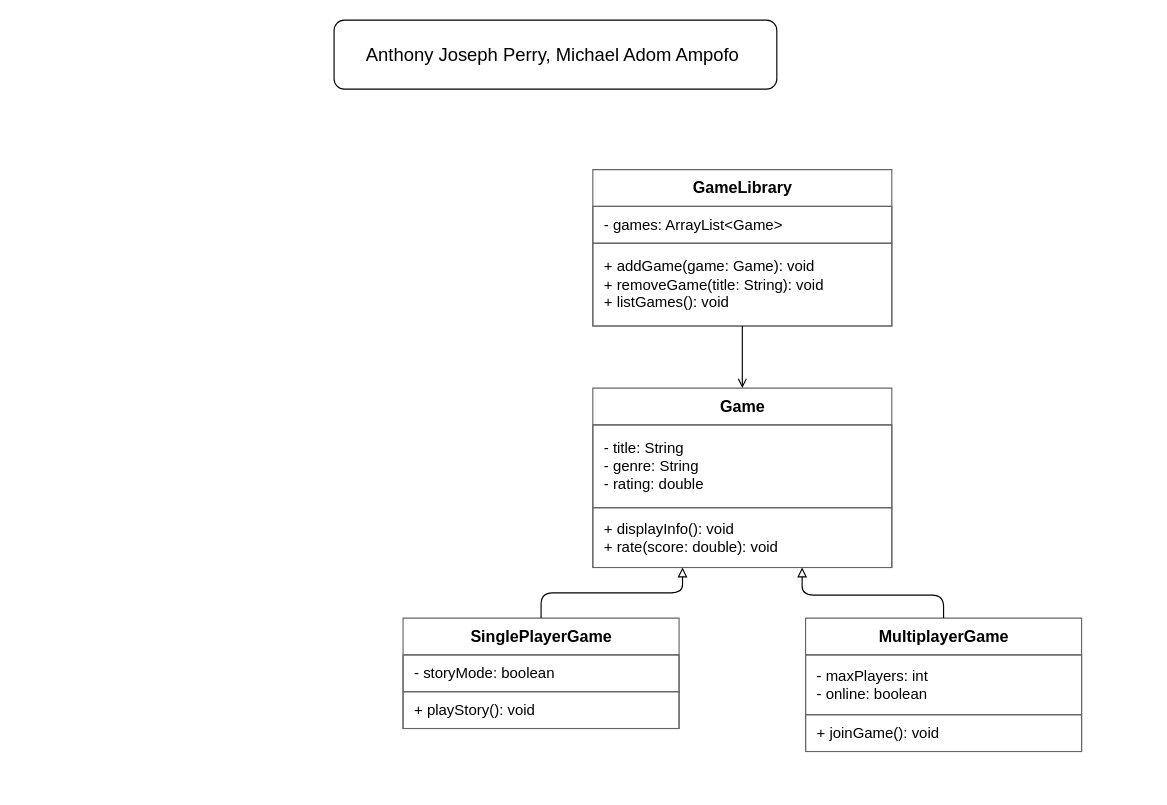
Above: TEAM UML.drawio in AJXDevv/LIA---Deliverable-1 (draw.io), before the change. Source tidied: cells renumbered, new cells numbered last; positions are measured from the earlier drawing's top-left corner, leaving out a move shared by most shapes. Both pictures are drawn from the tidied source at 115%, with x=0, y=0 at pixel (334, 20).
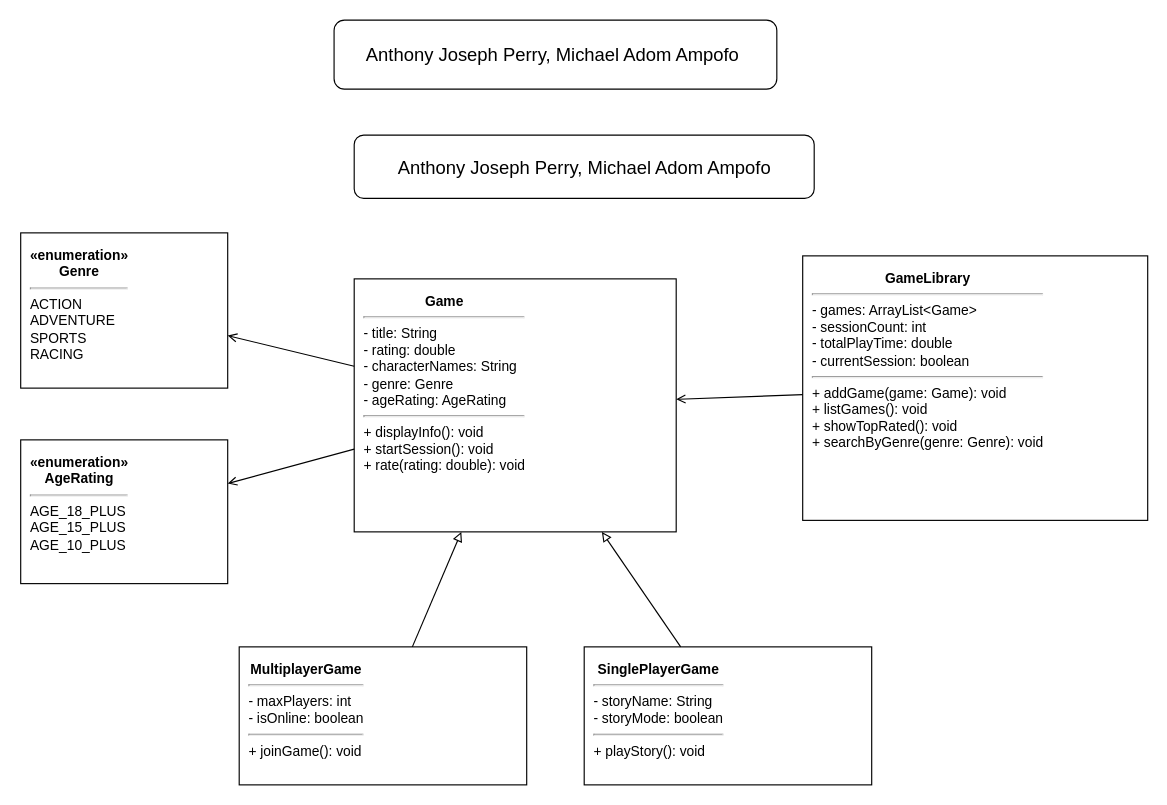
After the change.

The edit, as a diff of the source:
```diff
@@
 <mxGraphModel>
   <root>
     <mxCell id="0" />
     <mxCell id="1" parent="0" />
     <mxCell id="2" value="&lt;font size=&quot;3&quot;&gt;Anthony Joseph Perry, Michael Adom Ampofo&amp;nbsp;&lt;/font&gt;" style="rounded=1;whiteSpace=wrap;html=1;" parent="1" vertex="1">
       <mxGeometry width="385" height="60" as="geometry" />
     </mxCell>
-    <mxCell id="3" value="GameLibrary" style="swimlane;startSize=32;horizontal=1;rounded=0;html=1;fontStyle=1;fontSize=14;fillColor=none;strokeColor=#666666;" parent="1" vertex="1">
-      <mxGeometry x="225" y="130" width="260" height="136" as="geometry" />
-    </mxCell>
-    <mxCell id="4" value="- games: ArrayList&amp;lt;Game&amp;gt;" style="text;html=1;align=left;verticalAlign=middle;spacingLeft=8;whiteSpace=wrap;strokeColor=#666666;fillColor=none;fontSize=13;" parent="3" vertex="1">
-      <mxGeometry y="32" width="260" height="32" as="geometry" />
-    </mxCell>
-    <mxCell id="5" value="+ addGame(game: Game): void&lt;br&gt;+ removeGame(title: String): void&lt;br&gt;+ listGames(): void" style="text;html=1;align=left;verticalAlign=middle;spacingLeft=8;whiteSpace=wrap;strokeColor=#666666;fillColor=none;fontSize=13;" parent="3" vertex="1">
-      <mxGeometry y="64" width="260" height="72" as="geometry" />
-    </mxCell>
-    <mxCell id="6" value="Game" style="swimlane;startSize=32;horizontal=1;rounded=0;html=1;fontStyle=1;fontSize=14;fillColor=none;strokeColor=#666666;" parent="1" vertex="1">
-      <mxGeometry x="225" y="320" width="260" height="156" as="geometry" />
-    </mxCell>
-    <mxCell id="7" value="- title: String&lt;br&gt;- genre: String&lt;br&gt;- rating: double" style="text;html=1;align=left;verticalAlign=middle;spacingLeft=8;whiteSpace=wrap;strokeColor=#666666;fillColor=none;fontSize=13;" parent="6" vertex="1">
-      <mxGeometry y="32" width="260" height="72" as="geometry" />
-    </mxCell>
-    <mxCell id="8" value="+ displayInfo(): void&lt;br&gt;+ rate(score: double): void" style="text;html=1;align=left;verticalAlign=middle;spacingLeft=8;whiteSpace=wrap;strokeColor=#666666;fillColor=none;fontSize=13;" parent="6" vertex="1">
-      <mxGeometry y="104" width="260" height="52" as="geometry" />
-    </mxCell>
-    <mxCell id="9" value="SinglePlayerGame" style="swimlane;startSize=32;horizontal=1;rounded=0;html=1;fontStyle=1;fontSize=14;fillColor=none;strokeColor=#666666;" parent="1" vertex="1">
-      <mxGeometry x="60" y="520" width="240" height="96" as="geometry" />
-    </mxCell>
-    <mxCell id="10" value="- storyMode: boolean" style="text;html=1;align=left;verticalAlign=middle;spacingLeft=8;whiteSpace=wrap;strokeColor=#666666;fillColor=none;fontSize=13;" parent="9" vertex="1">
-      <mxGeometry y="32" width="240" height="32" as="geometry" />
-    </mxCell>
-    <mxCell id="11" value="+ playStory(): void" style="text;html=1;align=left;verticalAlign=middle;spacingLeft=8;whiteSpace=wrap;strokeColor=#666666;fillColor=none;fontSize=13;" parent="9" vertex="1">
-      <mxGeometry y="64" width="240" height="32" as="geometry" />
-    </mxCell>
-    <mxCell id="12" value="MultiplayerGame" style="swimlane;startSize=32;horizontal=1;rounded=0;html=1;fontStyle=1;fontSize=14;fillColor=none;strokeColor=#666666;" parent="1" vertex="1">
-      <mxGeometry x="410" y="520" width="240" height="116" as="geometry" />
-    </mxCell>
-    <mxCell id="13" value="- maxPlayers: int&lt;br&gt;- online: boolean" style="text;html=1;align=left;verticalAlign=middle;spacingLeft=8;whiteSpace=wrap;strokeColor=#666666;fillColor=none;fontSize=13;" parent="12" vertex="1">
-      <mxGeometry y="32" width="240" height="52" as="geometry" />
-    </mxCell>
-    <mxCell id="14" value="+ joinGame(): void" style="text;html=1;align=left;verticalAlign=middle;spacingLeft=8;whiteSpace=wrap;strokeColor=#666666;fillColor=none;fontSize=13;" parent="12" vertex="1">
-      <mxGeometry y="84" width="240" height="32" as="geometry" />
-    </mxCell>
-    <mxCell id="15" style="edgeStyle=orthogonalEdgeStyle;html=1;endArrow=open;endFill=0;exitX=0.5;exitY=1;entryX=0.5;entryY=0;" parent="1" edge="1" source="3" target="6">
-      <mxGeometry relative="1" as="geometry" />
-    </mxCell>
-    <mxCell id="16" style="edgeStyle=orthogonalEdgeStyle;html=1;endArrow=block;endFill=0;exitX=0.5;exitY=0;entryX=0.3;entryY=1;" parent="1" edge="1" source="9" target="6">
-      <mxGeometry relative="1" as="geometry" />
-    </mxCell>
-    <mxCell id="17" style="edgeStyle=orthogonalEdgeStyle;html=1;endArrow=block;endFill=0;exitX=0.5;exitY=0;entryX=0.7;entryY=1;" parent="1" edge="1" source="12" target="6">
-      <mxGeometry relative="1" as="geometry">
-        <Array as="points">
-          <mxPoint x="530" y="500" />
-          <mxPoint x="407" y="500" />
-        </Array>
-      </mxGeometry>
-    </mxCell>
+    <mxCell id="18" value="&lt;div style=&quot;text-align:center&quot;&gt;&lt;b&gt;«enumeration»&lt;br&gt;Genre&lt;/b&gt;&lt;/div&gt;&lt;hr&gt;ACTION&lt;br&gt;ADVENTURE&lt;br&gt;SPORTS&lt;br&gt;RACING" style="rounded=0;whiteSpace=wrap;html=1;align=left;spacing=8;verticalAlign=top;" parent="1" vertex="1">
+      <mxGeometry x="-272.5" y="185" width="180" height="135" as="geometry" />
+    </mxCell>
+    <mxCell id="19" value="&lt;div style=&quot;text-align:center&quot;&gt;&lt;b&gt;«enumeration»&lt;br&gt;AgeRating&lt;/b&gt;&lt;/div&gt;&lt;hr&gt;AGE_18_PLUS&lt;br&gt;AGE_15_PLUS&lt;br&gt;AGE_10_PLUS" style="rounded=0;whiteSpace=wrap;html=1;align=left;spacing=8;verticalAlign=top;" parent="1" vertex="1">
+      <mxGeometry x="-272.5" y="365" width="180" height="125" as="geometry" />
+    </mxCell>
+    <mxCell id="20" value="&lt;div style=&quot;text-align:center&quot;&gt;&lt;b&gt;Game&lt;/b&gt;&lt;/div&gt;&lt;hr&gt;- title: String&lt;br&gt;- rating: double&lt;br&gt;- characterNames: String&lt;br&gt;- genre: Genre&lt;br&gt;- ageRating: AgeRating&lt;hr&gt;+ displayInfo(): void&lt;br&gt;+ startSession(): void&lt;br&gt;+ rate(rating: double): void" style="rounded=0;whiteSpace=wrap;html=1;align=left;spacing=8;verticalAlign=top;" parent="1" vertex="1">
+      <mxGeometry x="17.5" y="225" width="280" height="220" as="geometry" />
+    </mxCell>
+    <mxCell id="21" value="&lt;div style=&quot;text-align:center&quot;&gt;&lt;b&gt;GameLibrary&lt;/b&gt;&lt;/div&gt;&lt;hr&gt;- games: ArrayList&amp;lt;Game&amp;gt;&lt;br&gt;- sessionCount: int&lt;br&gt;- totalPlayTime: double&lt;br&gt;- currentSession: boolean&lt;hr&gt;+ addGame(game: Game): void&lt;br&gt;+ listGames(): void&lt;br&gt;+ showTopRated(): void&lt;br&gt;+ searchByGenre(genre: Genre): void" style="rounded=0;whiteSpace=wrap;html=1;align=left;spacing=8;verticalAlign=top;" parent="1" vertex="1">
+      <mxGeometry x="407.5" y="205" width="300" height="230" as="geometry" />
+    </mxCell>
+    <mxCell id="22" value="&lt;div style=&quot;text-align:center&quot;&gt;&lt;b&gt;MultiplayerGame&lt;/b&gt;&lt;/div&gt;&lt;hr&gt;- maxPlayers: int&lt;br&gt;- isOnline: boolean&lt;hr&gt;+ joinGame(): void" style="rounded=0;whiteSpace=wrap;html=1;align=left;spacing=8;verticalAlign=top;" parent="1" vertex="1">
+      <mxGeometry x="-82.5" y="545" width="250" height="120" as="geometry" />
+    </mxCell>
+    <mxCell id="23" value="&lt;div style=&quot;text-align:center&quot;&gt;&lt;b&gt;SinglePlayerGame&lt;/b&gt;&lt;/div&gt;&lt;hr&gt;- storyName: String&lt;br&gt;- storyMode: boolean&lt;hr&gt;+ playStory(): void" style="rounded=0;whiteSpace=wrap;html=1;align=left;spacing=8;verticalAlign=top;" parent="1" vertex="1">
+      <mxGeometry x="217.5" y="545" width="250" height="120" as="geometry" />
+    </mxCell>
+    <mxCell id="24" style="endArrow=open;html=1;" parent="1" edge="1" source="20" target="18">
+      <mxGeometry relative="1" as="geometry" />
+    </mxCell>
+    <mxCell id="25" style="endArrow=open;html=1;" parent="1" edge="1" source="20" target="19">
+      <mxGeometry relative="1" as="geometry" />
+    </mxCell>
+    <mxCell id="26" style="endArrow=open;html=1;" parent="1" edge="1" source="21" target="20">
+      <mxGeometry relative="1" as="geometry" />
+    </mxCell>
+    <mxCell id="27" style="endArrow=block;endFill=0;html=1;" parent="1" edge="1" source="22" target="20">
+      <mxGeometry relative="1" as="geometry" />
+    </mxCell>
+    <mxCell id="28" style="endArrow=block;endFill=0;html=1;" parent="1" edge="1" source="23" target="20">
+      <mxGeometry relative="1" as="geometry" />
+    </mxCell>
+    <mxCell id="29" value="Anthony Joseph Perry, Michael Adom Ampofo" style="rounded=1;whiteSpace=wrap;html=1;fontSize=16;" parent="1" vertex="1">
+      <mxGeometry x="17.5" y="100" width="400" height="55" as="geometry" />
+    </mxCell>
   </root>
 </mxGraphModel>
```
